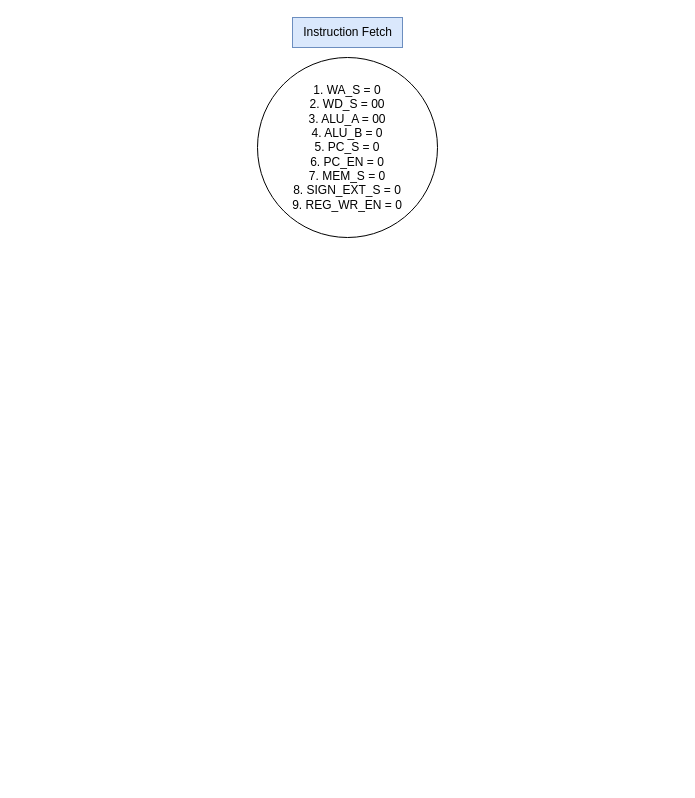
Before: FSM.drawio in JaredMiller9922/3710-Group-Project, a draw.io diagram. Source tidied: cells renumbered, new cells numbered last; positions are measured from the earlier drawing's top-left corner, leaving out a move shared by most shapes. Both pictures are drawn from the tidied source at 100%, with x=0, y=0 at pixel (257, 17).
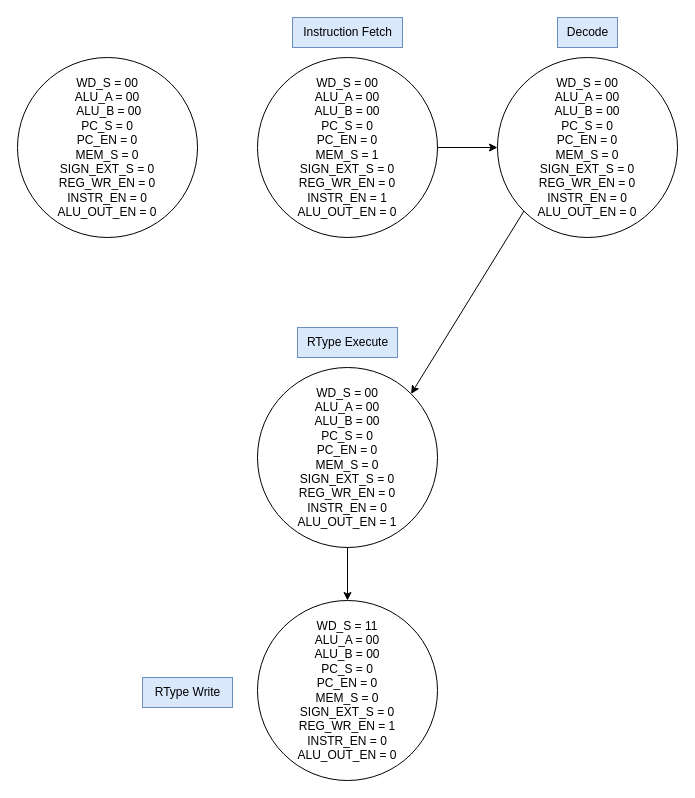
The same diagram, later.

Change to the diagram source:
```diff
@@
 <mxGraphModel>
   <root>
     <mxCell id="0" />
     <mxCell id="1" parent="0" />
-    <mxCell id="2" value="1. WA_S = 0&lt;div&gt;&lt;div&gt;2. WD_S = 00&lt;/div&gt;&lt;div&gt;3. ALU_A = 00&lt;/div&gt;&lt;div&gt;4. ALU_B = 0&lt;/div&gt;&lt;div&gt;5. PC_S = 0&lt;/div&gt;&lt;div&gt;6. PC_EN = 0&lt;/div&gt;&lt;div&gt;7. MEM_S = 0&lt;/div&gt;&lt;div&gt;8. SIGN_EXT_S = 0&lt;/div&gt;&lt;div&gt;9. REG_WR_EN = 0&lt;/div&gt;&lt;/div&gt;" style="ellipse;whiteSpace=wrap;html=1;" parent="1" vertex="1">
+    <mxCell id="2" value="&lt;div&gt;&lt;div&gt;WD_S = 00&lt;/div&gt;&lt;div&gt;ALU_A = 00&lt;/div&gt;&lt;div&gt;ALU_B = 00&lt;/div&gt;&lt;div&gt;PC_S = 0&lt;/div&gt;&lt;div&gt;PC_EN = 0&lt;/div&gt;&lt;div&gt;MEM_S = 1&lt;/div&gt;&lt;div&gt;SIGN_EXT_S = 0&lt;/div&gt;&lt;div&gt;REG_WR_EN = 0&lt;/div&gt;&lt;/div&gt;&lt;div&gt;INSTR_EN = 1&lt;/div&gt;&lt;div&gt;&lt;span style=&quot;background-color: initial;&quot;&gt;ALU_OUT_EN = 0&lt;/span&gt;&lt;/div&gt;" style="ellipse;whiteSpace=wrap;html=1;" parent="1" vertex="1">
       <mxGeometry y="40" width="180" height="180" as="geometry" />
     </mxCell>
     <mxCell id="3" value="Instruction Fetch" style="text;html=1;align=center;verticalAlign=middle;strokeColor=#6c8ebf;fillColor=#dae8fc;" parent="1" vertex="1">
       <mxGeometry x="35" width="110" height="30" as="geometry" />
     </mxCell>
+    <mxCell id="4" value="&lt;div&gt;&lt;div&gt;WD_S = 00&lt;/div&gt;&lt;div&gt;ALU_A = 00&lt;/div&gt;&lt;div&gt;&amp;nbsp;ALU_B = 00&lt;/div&gt;&lt;div&gt;PC_S = 0&lt;/div&gt;&lt;div&gt;PC_EN = 0&lt;/div&gt;&lt;div&gt;MEM_S = 0&lt;/div&gt;&lt;div&gt;SIGN_EXT_S = 0&lt;/div&gt;&lt;div&gt;REG_WR_EN = 0&lt;/div&gt;&lt;/div&gt;&lt;div&gt;INSTR_EN = 0&lt;/div&gt;&lt;div&gt;ALU_OUT_EN = 0&lt;/div&gt;" style="ellipse;whiteSpace=wrap;html=1;" parent="1" vertex="1">
+      <mxGeometry x="-240" y="40" width="180" height="180" as="geometry" />
+    </mxCell>
+    <mxCell id="5" value="&lt;div&gt;&lt;div&gt;WD_S = 00&lt;/div&gt;&lt;div&gt;ALU_A = 00&lt;/div&gt;&lt;div&gt;ALU_B = 00&lt;/div&gt;&lt;div&gt;PC_S = 0&lt;/div&gt;&lt;div&gt;PC_EN = 0&lt;/div&gt;&lt;div&gt;MEM_S = 0&lt;/div&gt;&lt;div&gt;SIGN_EXT_S = 0&lt;/div&gt;&lt;div&gt;REG_WR_EN = 0&lt;/div&gt;&lt;/div&gt;&lt;div&gt;INSTR_EN = 0&lt;/div&gt;&lt;div&gt;&lt;span style=&quot;background-color: initial;&quot;&gt;ALU_OUT_EN = 0&lt;/span&gt;&lt;/div&gt;" style="ellipse;whiteSpace=wrap;html=1;" parent="1" vertex="1">
+      <mxGeometry x="240" y="40" width="180" height="180" as="geometry" />
+    </mxCell>
+    <mxCell id="6" value="Decode" style="text;html=1;align=center;verticalAlign=middle;strokeColor=#6c8ebf;fillColor=#dae8fc;" parent="1" vertex="1">
+      <mxGeometry x="300" width="60" height="30" as="geometry" />
+    </mxCell>
+    <mxCell id="7" value="RType Execute" style="text;html=1;align=center;verticalAlign=middle;strokeColor=#6c8ebf;fillColor=#dae8fc;" parent="1" vertex="1">
+      <mxGeometry x="40" y="310" width="100" height="30" as="geometry" />
+    </mxCell>
+    <mxCell id="8" value="&lt;div&gt;&lt;div&gt;WD_S = 00&lt;/div&gt;&lt;div&gt;ALU_A = 00&lt;/div&gt;&lt;div&gt;ALU_B = 00&lt;/div&gt;&lt;div&gt;PC_S = 0&lt;/div&gt;&lt;div&gt;PC_EN = 0&lt;/div&gt;&lt;div&gt;MEM_S = 0&lt;/div&gt;&lt;div&gt;SIGN_EXT_S = 0&lt;/div&gt;&lt;div&gt;REG_WR_EN = 0&lt;/div&gt;&lt;/div&gt;&lt;div&gt;INSTR_EN = 0&lt;/div&gt;&lt;div&gt;ALU_OUT_EN = 1&lt;/div&gt;" style="ellipse;whiteSpace=wrap;html=1;" parent="1" vertex="1">
+      <mxGeometry y="350" width="180" height="180" as="geometry" />
+    </mxCell>
+    <mxCell id="9" style="endArrow=classic;html=1;rounded=0;exitX=0;exitY=1;exitDx=0;exitDy=0;entryX=1;entryY=0;entryDx=0;entryDy=0;" parent="1" edge="1" source="5" target="8">
+      <mxGeometry relative="1" as="geometry" />
+    </mxCell>
+    <mxCell id="10" value="&lt;div&gt;&lt;div&gt;WD_S = 11&lt;/div&gt;&lt;div&gt;ALU_A = 00&lt;/div&gt;&lt;div&gt;ALU_B = 00&lt;/div&gt;&lt;div&gt;PC_S = 0&lt;/div&gt;&lt;div&gt;PC_EN = 0&lt;/div&gt;&lt;div&gt;MEM_S = 0&lt;/div&gt;&lt;div&gt;SIGN_EXT_S = 0&lt;/div&gt;&lt;div&gt;REG_WR_EN = 1&lt;/div&gt;&lt;/div&gt;&lt;div&gt;INSTR_EN = 0&lt;/div&gt;&lt;div&gt;&lt;/div&gt;ALU_OUT_EN = 0" style="ellipse;whiteSpace=wrap;html=1;" parent="1" vertex="1">
+      <mxGeometry y="583" width="180" height="180" as="geometry" />
+    </mxCell>
+    <mxCell id="11" value="RType Write" style="text;html=1;align=center;verticalAlign=middle;strokeColor=#6c8ebf;fillColor=#dae8fc;" parent="1" vertex="1">
+      <mxGeometry x="-115" y="660" width="90" height="30" as="geometry" />
+    </mxCell>
+    <mxCell id="12" style="endArrow=classic;html=1;rounded=0;exitX=1;exitY=0.5;exitDx=0;exitDy=0;entryX=0;entryY=0.5;entryDx=0;entryDy=0;" parent="1" edge="1" source="2" target="5">
+      <mxGeometry relative="1" as="geometry" />
+    </mxCell>
+    <mxCell id="13" style="endArrow=classic;html=1;rounded=0;exitX=0.5;exitY=1;exitDx=0;exitDy=0;entryX=0.5;entryY=0;entryDx=0;entryDy=0;" parent="1" edge="1" source="8" target="10">
+      <mxGeometry relative="1" as="geometry" />
+    </mxCell>
   </root>
 </mxGraphModel>
```
